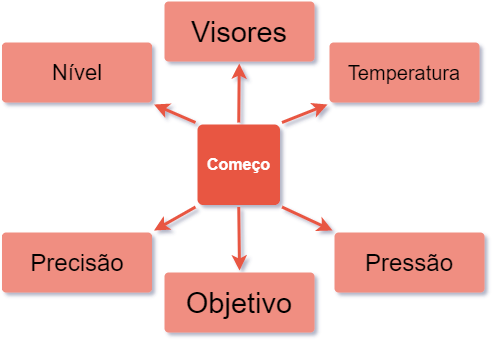
Before: assets/start/start.png, a diagram exported from draw.io (CabraKill/infoGraficAutomation). Source tidied: cells renumbered, new cells last; positions are measured from the earlier drawing's top-left corner, leaving out a move shared by most shapes.
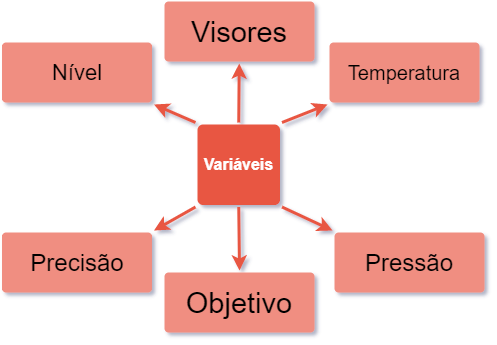
Above is the later version.

Diff of the diagram source:
```diff
@@ -2,7 +2,7 @@
   <root>
     <mxCell id="0" />
     <mxCell id="1" parent="0" />
-    <mxCell id="2" value="Começo" style="rounded=1;whiteSpace=wrap;html=1;shadow=0;labelBackgroundColor=none;strokeColor=none;strokeWidth=3;fontFamily=Helvetica;fontSize=16;fontColor=#FFFFFF;align=center;fontStyle=1;spacing=5;arcSize=7;perimeterSpacing=2;fillColor=#E85642;" parent="1" vertex="1">
+    <mxCell id="2" value="Variáveis" style="rounded=1;whiteSpace=wrap;html=1;shadow=0;labelBackgroundColor=none;strokeColor=none;strokeWidth=3;fontFamily=Helvetica;fontSize=16;fontColor=#FFFFFF;align=center;fontStyle=1;spacing=5;arcSize=7;perimeterSpacing=2;fillColor=#E85642;" parent="1" vertex="1">
       <mxGeometry x="196" y="123" width="82.5" height="80.5" as="geometry" />
     </mxCell>
     <mxCell id="3" value="Pressão" style="rounded=1;whiteSpace=wrap;html=1;shadow=0;labelBackgroundColor=none;strokeColor=none;strokeWidth=3;fontFamily=Helvetica;fontSize=24;align=center;spacing=5;fontStyle=0;arcSize=7;perimeterSpacing=2;fillColor=#F08E81;" parent="1" vertex="1">
```
